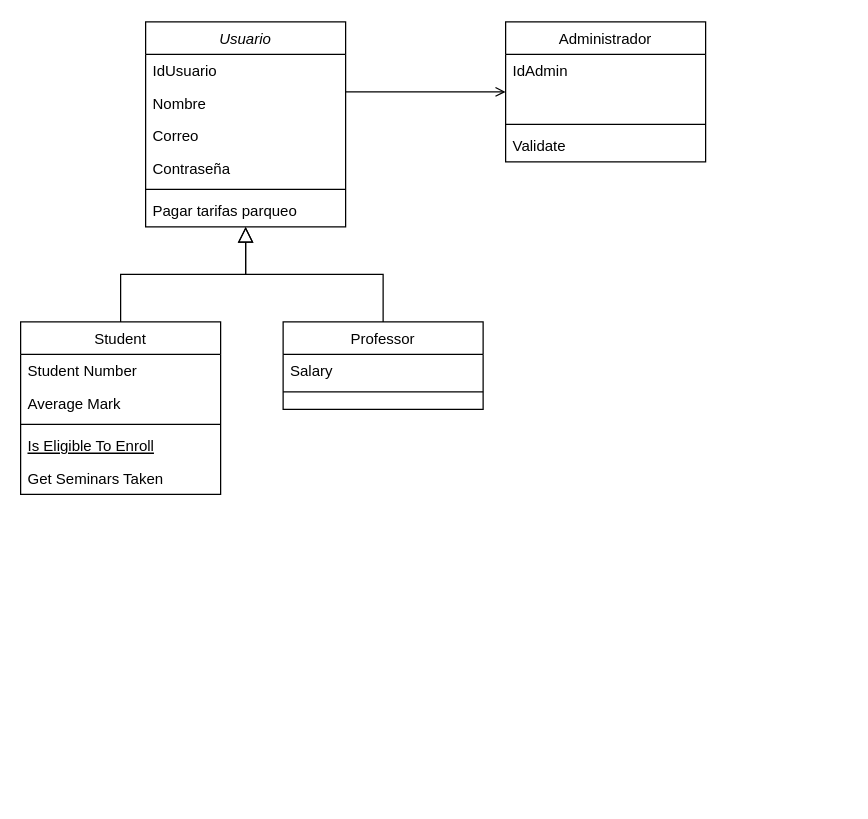
Above: Diagrama sin título.drawio in kattrr/claseIPS (draw.io), before the change. Source tidied: cells renumbered, new cells numbered last; positions are measured from the earlier drawing's top-left corner, leaving out a move shared by most shapes. Both pictures are drawn from the tidied source at 125%, with x=0, y=0 at pixel (20, 21).
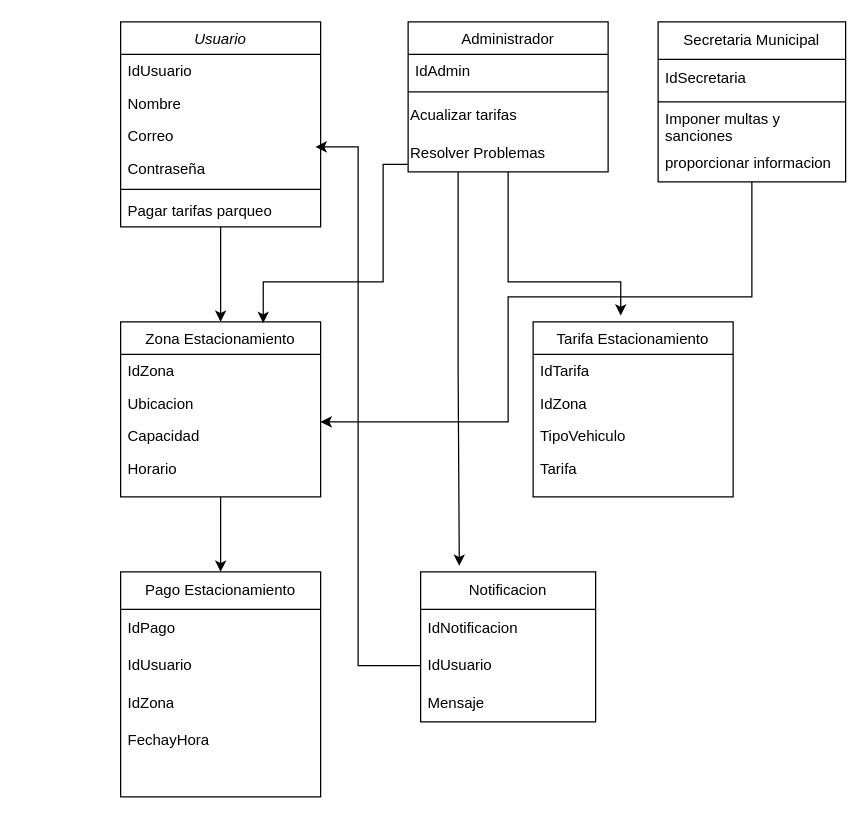
The same page after the edit.

The change refers to these unchanged cells:
```xml
<mxCell id="6" value="Contraseña" style="text;align=left;verticalAlign=top;spacingLeft=4;spacingRight=4;overflow=hidden;points=[[0,0.5],[1,0.5]];portConstraint=eastwest;rounded=0;shadow=0;html=0;" parent="2" vertex="1">
  <mxGeometry y="104" width="160" height="26" as="geometry" />
</mxCell>
```

What changed in the source:
```diff
@@
+    <mxCell id="26" style="edgeStyle=orthogonalEdgeStyle;rounded=0;jettySize=auto;html=1;" parent="1" edge="1" source="2" target="9">
+      <mxGeometry relative="1" as="geometry" />
+    </mxCell>
     <mxCell id="2" value="Usuario" style="swimlane;fontStyle=2;align=center;verticalAlign=top;horizontal=1;startSize=26;rounded=0;shadow=0;strokeWidth=1;" parent="1" vertex="1">
-      <mxGeometry x="100" width="160" height="164" as="geometry" />
+      <mxGeometry x="80" width="160" height="164" as="geometry" />
     </mxCell>
@@
+    <mxCell id="27" style="edgeStyle=orthogonalEdgeStyle;rounded=0;jettySize=auto;html=1;exitX=0.5;exitY=1;exitDx=0;exitDy=0;entryX=0.5;entryY=0;entryDx=0;entryDy=0;" parent="1" edge="1" source="9" target="36">
+      <mxGeometry relative="1" as="geometry" />
+    </mxCell>
-    <mxCell id="9" value="Student" style="swimlane;fontStyle=0;align=center;verticalAlign=top;horizontal=1;startSize=26;rounded=0;shadow=0;strokeWidth=1;" parent="1" vertex="1">
-      <mxGeometry y="240" width="160" height="138" as="geometry" />
+    <mxCell id="9" value="Zona Estacionamiento" style="swimlane;fontStyle=0;align=center;verticalAlign=top;horizontal=1;startSize=26;rounded=0;shadow=0;strokeWidth=1;" parent="1" vertex="1">
+      <mxGeometry x="80" y="240" width="160" height="140" as="geometry" />
     </mxCell>
-    <mxCell id="10" value="Student Number" style="text;align=left;verticalAlign=top;spacingLeft=4;spacingRight=4;overflow=hidden;" parent="9" vertex="1">
+    <mxCell id="10" value="IdZona" style="text;align=left;verticalAlign=top;spacingLeft=4;spacingRight=4;overflow=hidden;" parent="9" vertex="1">
       <mxGeometry y="26" width="160" height="26" as="geometry" />
     </mxCell>
-    <mxCell id="11" value="Average Mark" style="text;align=left;verticalAlign=top;spacingLeft=4;spacingRight=4;overflow=hidden;rounded=0;shadow=0;html=0;" parent="9" vertex="1">
-      <mxGeometry y="52" width="160" height="26" as="geometry" />
-    </mxCell>
-    <mxCell id="12" style="line;html=1;strokeWidth=1;align=left;verticalAlign=middle;spacingTop=-1;spacingLeft=3;spacingRight=3;labelPosition=right;" parent="9" vertex="1">
-      <mxGeometry y="78" width="160" height="8" as="geometry" />
-    </mxCell>
-    <mxCell id="13" value="Is Eligible To Enroll" style="text;align=left;verticalAlign=top;spacingLeft=4;spacingRight=4;overflow=hidden;fontStyle=4;" parent="9" vertex="1">
-      <mxGeometry y="86" width="160" height="26" as="geometry" />
-    </mxCell>
-    <mxCell id="14" value="Get Seminars Taken" style="text;align=left;verticalAlign=top;spacingLeft=4;spacingRight=4;overflow=hidden;" parent="9" vertex="1">
-      <mxGeometry y="112" width="160" height="26" as="geometry" />
-    </mxCell>
-    <mxCell id="15" style="endArrow=block;endSize=10;endFill=0;shadow=0;strokeWidth=1;rounded=0;edgeStyle=elbowEdgeStyle;elbow=vertical;" parent="1" edge="1" source="9" target="2">
-      <mxGeometry relative="1" as="geometry" />
-    </mxCell>
+    <mxCell id="28" value="Ubicacion" style="text;align=left;verticalAlign=top;spacingLeft=4;spacingRight=4;overflow=hidden;" parent="9" vertex="1">
+      <mxGeometry y="52" width="160" height="26" as="geometry" />
+    </mxCell>
+    <mxCell id="29" value="Capacidad" style="text;align=left;verticalAlign=top;spacingLeft=4;spacingRight=4;overflow=hidden;" parent="9" vertex="1">
+      <mxGeometry y="78" width="160" height="26" as="geometry" />
+    </mxCell>
+    <mxCell id="30" value="Horario" style="text;align=left;verticalAlign=top;spacingLeft=4;spacingRight=4;overflow=hidden;" parent="9" vertex="1">
+      <mxGeometry y="104" width="160" height="26" as="geometry" />
+    </mxCell>
-    <mxCell id="16" value="Professor" style="swimlane;fontStyle=0;align=center;verticalAlign=top;horizontal=1;startSize=26;rounded=0;shadow=0;strokeWidth=1;" parent="1" vertex="1">
-      <mxGeometry x="210" y="240" width="160" height="70" as="geometry" />
+    <mxCell id="16" value="Tarifa Estacionamiento" style="swimlane;fontStyle=0;align=center;verticalAlign=top;horizontal=1;startSize=26;rounded=0;shadow=0;strokeWidth=1;" parent="1" vertex="1">
+      <mxGeometry x="410" y="240" width="160" height="140" as="geometry" />
     </mxCell>
-    <mxCell id="17" value="Salary" style="text;align=left;verticalAlign=top;spacingLeft=4;spacingRight=4;overflow=hidden;" parent="16" vertex="1">
+    <mxCell id="17" value="IdTarifa" style="text;align=left;verticalAlign=top;spacingLeft=4;spacingRight=4;overflow=hidden;" parent="16" vertex="1">
       <mxGeometry y="26" width="160" height="26" as="geometry" />
     </mxCell>
-    <mxCell id="18" style="line;html=1;strokeWidth=1;align=left;verticalAlign=middle;spacingTop=-1;spacingLeft=3;spacingRight=3;labelPosition=right;" parent="16" vertex="1">
-      <mxGeometry y="52" width="160" height="8" as="geometry" />
-    </mxCell>
-    <mxCell id="19" style="endArrow=block;endSize=10;endFill=0;shadow=0;strokeWidth=1;rounded=0;edgeStyle=elbowEdgeStyle;elbow=vertical;" parent="1" edge="1" source="16" target="2">
-      <mxGeometry relative="1" as="geometry" />
-    </mxCell>
+    <mxCell id="31" value="IdZona" style="text;align=left;verticalAlign=top;spacingLeft=4;spacingRight=4;overflow=hidden;" parent="16" vertex="1">
+      <mxGeometry y="52" width="160" height="26" as="geometry" />
+    </mxCell>
+    <mxCell id="32" value="TipoVehiculo" style="text;align=left;verticalAlign=top;spacingLeft=4;spacingRight=4;overflow=hidden;" parent="16" vertex="1">
+      <mxGeometry y="78" width="160" height="26" as="geometry" />
+    </mxCell>
+    <mxCell id="33" value="Tarifa" style="text;align=left;verticalAlign=top;spacingLeft=4;spacingRight=4;overflow=hidden;" parent="16" vertex="1">
+      <mxGeometry y="104" width="160" height="26" as="geometry" />
+    </mxCell>
     <mxCell id="20" value="Administrador" style="swimlane;fontStyle=0;align=center;verticalAlign=top;horizontal=1;startSize=26;rounded=0;shadow=0;strokeWidth=1;" parent="1" vertex="1">
-      <mxGeometry x="388" width="160" height="112" as="geometry" />
+      <mxGeometry x="310" width="160" height="120" as="geometry" />
     </mxCell>
@@
-    <mxCell id="22" style="text;align=left;verticalAlign=top;spacingLeft=4;spacingRight=4;overflow=hidden;" parent="20" vertex="1">
-      <mxGeometry y="52" width="160" height="26" as="geometry" />
-    </mxCell>
     <mxCell id="23" style="line;html=1;strokeWidth=1;align=left;verticalAlign=middle;spacingTop=-1;spacingLeft=3;spacingRight=3;labelPosition=right;" parent="20" vertex="1">
-      <mxGeometry y="78" width="160" height="8" as="geometry" />
+      <mxGeometry y="52" width="160" height="8" as="geometry" />
     </mxCell>
-    <mxCell id="24" value="Validate" style="text;align=left;verticalAlign=top;spacingLeft=4;spacingRight=4;overflow=hidden;" parent="20" vertex="1">
-      <mxGeometry y="86" width="160" height="26" as="geometry" />
-    </mxCell>
-    <mxCell id="25" style="endArrow=open;shadow=0;strokeWidth=1;rounded=0;endFill=1;edgeStyle=elbowEdgeStyle;elbow=vertical;" parent="1" edge="1" source="2" target="20">
-      <mxGeometry x="0.5" y="41" relative="1" as="geometry">
-        <mxPoint x="-40" y="32" as="offset" />
-      </mxGeometry>
-    </mxCell>
+    <mxCell id="34" value="Acualizar tarifas" style="text;html=1;align=left;verticalAlign=middle;whiteSpace=wrap;rounded=0;" parent="20" vertex="1">
+      <mxGeometry y="60" width="160" height="30" as="geometry" />
+    </mxCell>
+    <mxCell id="35" value="Resolver Problemas" style="text;html=1;align=left;verticalAlign=middle;whiteSpace=wrap;rounded=0;" parent="20" vertex="1">
+      <mxGeometry y="90" width="160" height="30" as="geometry" />
+    </mxCell>
+    <mxCell id="36" value="Pago Estacionamiento" style="swimlane;fontStyle=0;horizontal=1;startSize=30;whiteSpace=wrap;html=1;" parent="1" vertex="1">
+      <mxGeometry x="80" y="440" width="160" height="180" as="geometry" />
+    </mxCell>
+    <mxCell id="37" value="IdPago" style="text;strokeColor=none;fillColor=none;align=left;verticalAlign=middle;spacingLeft=4;spacingRight=4;overflow=hidden;whiteSpace=wrap;html=1;" parent="36" vertex="1">
+      <mxGeometry y="30" width="160" height="30" as="geometry" />
+    </mxCell>
+    <mxCell id="38" value="IdUsuario" style="text;strokeColor=none;fillColor=none;align=left;verticalAlign=middle;spacingLeft=4;spacingRight=4;overflow=hidden;whiteSpace=wrap;html=1;" parent="36" vertex="1">
+      <mxGeometry y="60" width="160" height="30" as="geometry" />
+    </mxCell>
+    <mxCell id="39" value="IdZona" style="text;strokeColor=none;fillColor=none;align=left;verticalAlign=middle;spacingLeft=4;spacingRight=4;overflow=hidden;whiteSpace=wrap;html=1;" parent="36" vertex="1">
+      <mxGeometry y="90" width="160" height="30" as="geometry" />
+    </mxCell>
+    <mxCell id="40" value="FechayHora" style="text;strokeColor=none;fillColor=none;align=left;verticalAlign=middle;spacingLeft=4;spacingRight=4;overflow=hidden;whiteSpace=wrap;html=1;" parent="36" vertex="1">
+      <mxGeometry y="120" width="160" height="30" as="geometry" />
+    </mxCell>
+    <mxCell id="41" style="text;strokeColor=none;fillColor=none;align=left;verticalAlign=middle;spacingLeft=4;spacingRight=4;overflow=hidden;whiteSpace=wrap;html=1;" parent="36" vertex="1">
+      <mxGeometry y="150" width="160" height="30" as="geometry" />
+    </mxCell>
+    <mxCell id="42" value="&lt;div&gt;Notificacion&lt;/div&gt;" style="swimlane;fontStyle=0;horizontal=1;startSize=30;whiteSpace=wrap;html=1;" parent="1" vertex="1">
+      <mxGeometry x="320" y="440" width="140" height="120" as="geometry" />
+    </mxCell>
+    <mxCell id="43" value="IdNotificacion" style="text;strokeColor=none;fillColor=none;align=left;verticalAlign=middle;spacingLeft=4;spacingRight=4;overflow=hidden;whiteSpace=wrap;html=1;" parent="42" vertex="1">
+      <mxGeometry y="30" width="140" height="30" as="geometry" />
+    </mxCell>
+    <mxCell id="44" value="IdUsuario" style="text;strokeColor=none;fillColor=none;align=left;verticalAlign=middle;spacingLeft=4;spacingRight=4;overflow=hidden;points=[[0,0.5],[1,0.5]];portConstraint=eastwest;whiteSpace=wrap;html=1;" parent="42" vertex="1">
+      <mxGeometry y="60" width="140" height="30" as="geometry" />
+    </mxCell>
+    <mxCell id="45" value="Mensaje" style="text;strokeColor=none;fillColor=none;align=left;verticalAlign=middle;spacingLeft=4;spacingRight=4;overflow=hidden;whiteSpace=wrap;html=1;" parent="42" vertex="1">
+      <mxGeometry y="90" width="140" height="30" as="geometry" />
+    </mxCell>
+    <mxCell id="46" style="edgeStyle=orthogonalEdgeStyle;rounded=0;jettySize=auto;html=1;" parent="1" edge="1" source="47">
+      <mxGeometry relative="1" as="geometry">
+        <mxPoint x="240" y="320" as="targetPoint" />
+        <Array as="points">
+          <mxPoint x="585" y="220" />
+          <mxPoint x="390" y="220" />
+          <mxPoint x="390" y="320" />
+        </Array>
+      </mxGeometry>
+    </mxCell>
+    <mxCell id="47" value="Secretaria Municipal" style="swimlane;fontStyle=0;horizontal=1;startSize=30;whiteSpace=wrap;html=1;" parent="1" vertex="1">
+      <mxGeometry x="510" width="150" height="128" as="geometry" />
+    </mxCell>
+    <mxCell id="48" value="IdSecretaria" style="text;strokeColor=none;fillColor=none;align=left;verticalAlign=middle;spacingLeft=4;spacingRight=4;overflow=hidden;whiteSpace=wrap;html=1;" parent="47" vertex="1">
+      <mxGeometry y="30" width="150" height="30" as="geometry" />
+    </mxCell>
+    <mxCell id="49" style="line;html=1;strokeWidth=1;align=left;verticalAlign=middle;spacingTop=-1;spacingLeft=3;spacingRight=3;labelPosition=right;" parent="47" vertex="1">
+      <mxGeometry y="60" width="150" height="8" as="geometry" />
+    </mxCell>
+    <mxCell id="50" value="Imponer multas y sanciones" style="text;strokeColor=none;fillColor=none;align=left;verticalAlign=middle;spacingLeft=4;spacingRight=4;overflow=hidden;whiteSpace=wrap;html=1;" parent="47" vertex="1">
+      <mxGeometry y="68" width="150" height="30" as="geometry" />
+    </mxCell>
+    <mxCell id="51" value="proporcionar informacion" style="text;strokeColor=none;fillColor=none;align=left;verticalAlign=middle;spacingLeft=4;spacingRight=4;overflow=hidden;whiteSpace=wrap;html=1;" parent="47" vertex="1">
+      <mxGeometry y="98" width="150" height="30" as="geometry" />
+    </mxCell>
+    <mxCell id="52" style="edgeStyle=orthogonalEdgeStyle;rounded=0;jettySize=auto;html=1;entryX=0.713;entryY=0.007;entryDx=0;entryDy=0;entryPerimeter=0;" parent="1" edge="1" target="9">
+      <mxGeometry relative="1" as="geometry">
+        <mxPoint x="310" y="114" as="sourcePoint" />
+        <Array as="points">
+          <mxPoint x="310" y="114" />
+          <mxPoint x="290" y="114" />
+          <mxPoint x="290" y="208" />
+          <mxPoint x="194" y="208" />
+        </Array>
+      </mxGeometry>
+    </mxCell>
+    <mxCell id="53" style="edgeStyle=orthogonalEdgeStyle;rounded=0;jettySize=auto;html=1;entryX=0.438;entryY=-0.036;entryDx=0;entryDy=0;entryPerimeter=0;exitX=0.5;exitY=1;exitDx=0;exitDy=0;" parent="1" edge="1" source="35" target="16">
+      <mxGeometry relative="1" as="geometry">
+        <Array as="points">
+          <mxPoint x="390" y="208" />
+          <mxPoint x="480" y="208" />
+        </Array>
+      </mxGeometry>
+    </mxCell>
+    <mxCell id="54" style="edgeStyle=orthogonalEdgeStyle;rounded=0;jettySize=auto;html=1;entryX=0.221;entryY=-0.04;entryDx=0;entryDy=0;entryPerimeter=0;exitX=0.25;exitY=1;exitDx=0;exitDy=0;" parent="1" edge="1" source="35" target="42">
+      <mxGeometry relative="1" as="geometry" />
+    </mxCell>
+    <mxCell id="55" style="edgeStyle=orthogonalEdgeStyle;rounded=0;jettySize=auto;html=1;entryX=0.975;entryY=-0.154;entryDx=0;entryDy=0;entryPerimeter=0;" parent="1" edge="1" source="44" target="6">
+      <mxGeometry relative="1" as="geometry">
+        <Array as="points">
+          <mxPoint x="270" y="515" />
+          <mxPoint x="270" y="100" />
+        </Array>
+      </mxGeometry>
+    </mxCell>
```
